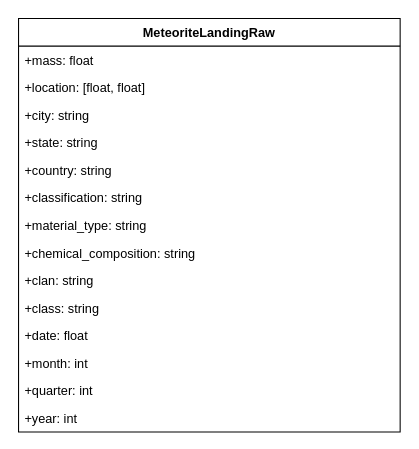
This is images/meteorite_landing_raw.drawio from giusvale-dev/dm_project, a draw.io file, before an edit. Source tidied: cells renumbered, new cells numbered last; positions are measured from the earlier drawing's top-left corner, leaving out a move shared by most shapes. Both pictures are drawn from the tidied source at 106%, with x=0, y=0 at pixel (18, 18).
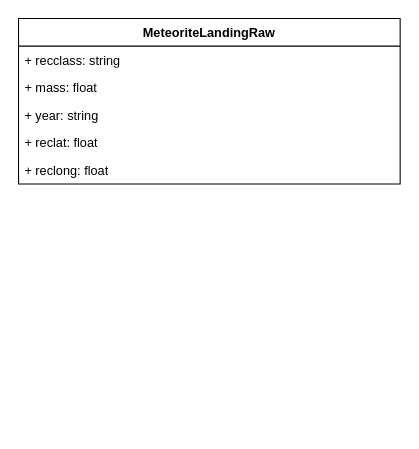
The same diagram, later.

Change to the diagram source:
```diff
@@
 <mxGraphModel>
   <root>
     <mxCell id="0" />
     <mxCell id="1" parent="0" />
     <mxCell id="2" value="MeteoriteLandingRaw" style="swimlane;fontStyle=1;horizontal=1;startSize=26;" parent="1" vertex="1">
-      <mxGeometry width="360" height="390" as="geometry" />
+      <mxGeometry width="360" height="156" as="geometry" />
     </mxCell>
+    <mxCell id="17" value="+ recclass: string" style="text;strokeColor=none;fillColor=none;align=left;verticalAlign=top;spacingLeft=4;spacingRight=4;overflow=hidden;whiteSpace=wrap;html=1;" parent="2" vertex="1">
+      <mxGeometry y="26" width="360" height="26" as="geometry" />
+    </mxCell>
-    <mxCell id="3" value="  +mass: float" style="text;strokeColor=none;fillColor=none;align=left;verticalAlign=top;spacingLeft=4;spacingRight=4;overflow=hidden;" parent="2" vertex="1">
-      <mxGeometry y="26" width="360" height="26" as="geometry" />
+    <mxCell id="3" value="  + mass: float" style="text;strokeColor=none;fillColor=none;align=left;verticalAlign=top;spacingLeft=4;spacingRight=4;overflow=hidden;" parent="2" vertex="1">
+      <mxGeometry y="52" width="360" height="26" as="geometry" />
     </mxCell>
-    <mxCell id="4" value="  +location: [float, float]" style="text;strokeColor=none;fillColor=none;align=left;verticalAlign=top;spacingLeft=4;spacingRight=4;overflow=hidden;" parent="2" vertex="1">
-      <mxGeometry y="52" width="360" height="26" as="geometry" />
-    </mxCell>
-    <mxCell id="5" value="  +city: string" style="text;strokeColor=none;fillColor=none;align=left;verticalAlign=top;spacingLeft=4;spacingRight=4;overflow=hidden;" parent="2" vertex="1">
-      <mxGeometry y="78" width="360" height="26" as="geometry" />
-    </mxCell>
-    <mxCell id="6" value="  +state: string" style="text;strokeColor=none;fillColor=none;align=left;verticalAlign=top;spacingLeft=4;spacingRight=4;overflow=hidden;" parent="2" vertex="1">
-      <mxGeometry y="104" width="360" height="26" as="geometry" />
-    </mxCell>
-    <mxCell id="7" value="  +country: string" style="text;strokeColor=none;fillColor=none;align=left;verticalAlign=top;spacingLeft=4;spacingRight=4;overflow=hidden;" parent="2" vertex="1">
-      <mxGeometry y="130" width="360" height="26" as="geometry" />
-    </mxCell>
-    <mxCell id="8" value="  +classification: string" style="text;strokeColor=none;fillColor=none;align=left;verticalAlign=top;spacingLeft=4;spacingRight=4;overflow=hidden;" parent="2" vertex="1">
-      <mxGeometry y="156" width="360" height="26" as="geometry" />
-    </mxCell>
-    <mxCell id="9" value="  +material_type: string" style="text;strokeColor=none;fillColor=none;align=left;verticalAlign=top;spacingLeft=4;spacingRight=4;overflow=hidden;" parent="2" vertex="1">
-      <mxGeometry y="182" width="360" height="26" as="geometry" />
-    </mxCell>
-    <mxCell id="10" value="  +chemical_composition: string" style="text;strokeColor=none;fillColor=none;align=left;verticalAlign=top;spacingLeft=4;spacingRight=4;overflow=hidden;" parent="2" vertex="1">
-      <mxGeometry y="208" width="360" height="26" as="geometry" />
-    </mxCell>
-    <mxCell id="11" value="  +clan: string" style="text;strokeColor=none;fillColor=none;align=left;verticalAlign=top;spacingLeft=4;spacingRight=4;overflow=hidden;" parent="2" vertex="1">
-      <mxGeometry y="234" width="360" height="26" as="geometry" />
-    </mxCell>
-    <mxCell id="12" value="  +class: string" style="text;strokeColor=none;fillColor=none;align=left;verticalAlign=top;spacingLeft=4;spacingRight=4;overflow=hidden;" parent="2" vertex="1">
-      <mxGeometry y="260" width="360" height="26" as="geometry" />
-    </mxCell>
-    <mxCell id="13" value="  +date: float" style="text;strokeColor=none;fillColor=none;align=left;verticalAlign=top;spacingLeft=4;spacingRight=4;overflow=hidden;" parent="2" vertex="1">
-      <mxGeometry y="286" width="360" height="26" as="geometry" />
-    </mxCell>
-    <mxCell id="14" value="  +month: int" style="text;strokeColor=none;fillColor=none;align=left;verticalAlign=top;spacingLeft=4;spacingRight=4;overflow=hidden;" parent="2" vertex="1">
-      <mxGeometry y="312" width="360" height="26" as="geometry" />
-    </mxCell>
-    <mxCell id="15" value="  +quarter: int" style="text;strokeColor=none;fillColor=none;align=left;verticalAlign=top;spacingLeft=4;spacingRight=4;overflow=hidden;" parent="2" vertex="1">
-      <mxGeometry y="338" width="360" height="26" as="geometry" />
-    </mxCell>
-    <mxCell id="16" value="  +year: int" style="text;strokeColor=none;fillColor=none;align=left;verticalAlign=top;spacingLeft=4;spacingRight=4;overflow=hidden;" parent="2" vertex="1">
-      <mxGeometry y="364" width="360" height="26" as="geometry" />
-    </mxCell>
+    <mxCell id="18" value="+ year: string" style="text;strokeColor=none;fillColor=none;align=left;verticalAlign=top;spacingLeft=4;spacingRight=4;overflow=hidden;whiteSpace=wrap;html=1;" parent="2" vertex="1">
+      <mxGeometry y="78" width="360" height="26" as="geometry" />
+    </mxCell>
+    <mxCell id="19" value="+ reclat: float" style="text;strokeColor=none;fillColor=none;align=left;verticalAlign=top;spacingLeft=4;spacingRight=4;overflow=hidden;whiteSpace=wrap;html=1;" parent="2" vertex="1">
+      <mxGeometry y="104" width="360" height="26" as="geometry" />
+    </mxCell>
+    <mxCell id="20" value="+ reclong: float" style="text;strokeColor=none;fillColor=none;align=left;verticalAlign=top;spacingLeft=4;spacingRight=4;overflow=hidden;whiteSpace=wrap;html=1;" parent="2" vertex="1">
+      <mxGeometry y="130" width="360" height="26" as="geometry" />
+    </mxCell>
   </root>
 </mxGraphModel>
```
